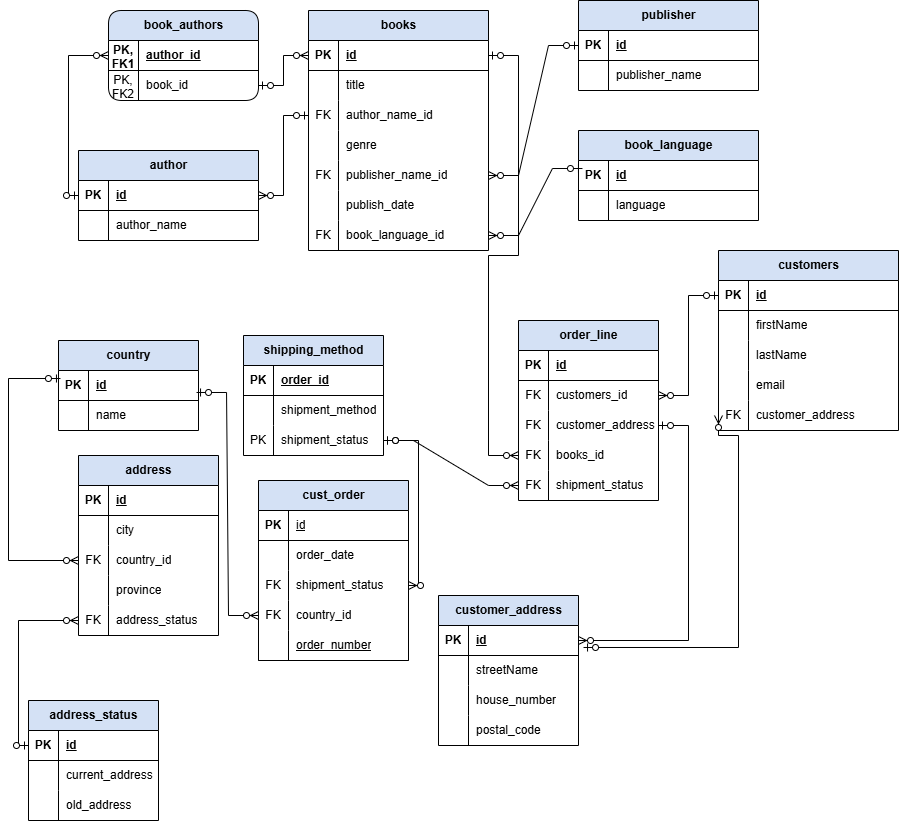
Above: Bookstore_Database.drawio.png in the7thsage376/Bookstore_Database (draw.io), before the change. Source tidied: cells renumbered, new cells last; positions are measured from the earlier drawing's top-left corner, leaving out a move shared by most shapes.
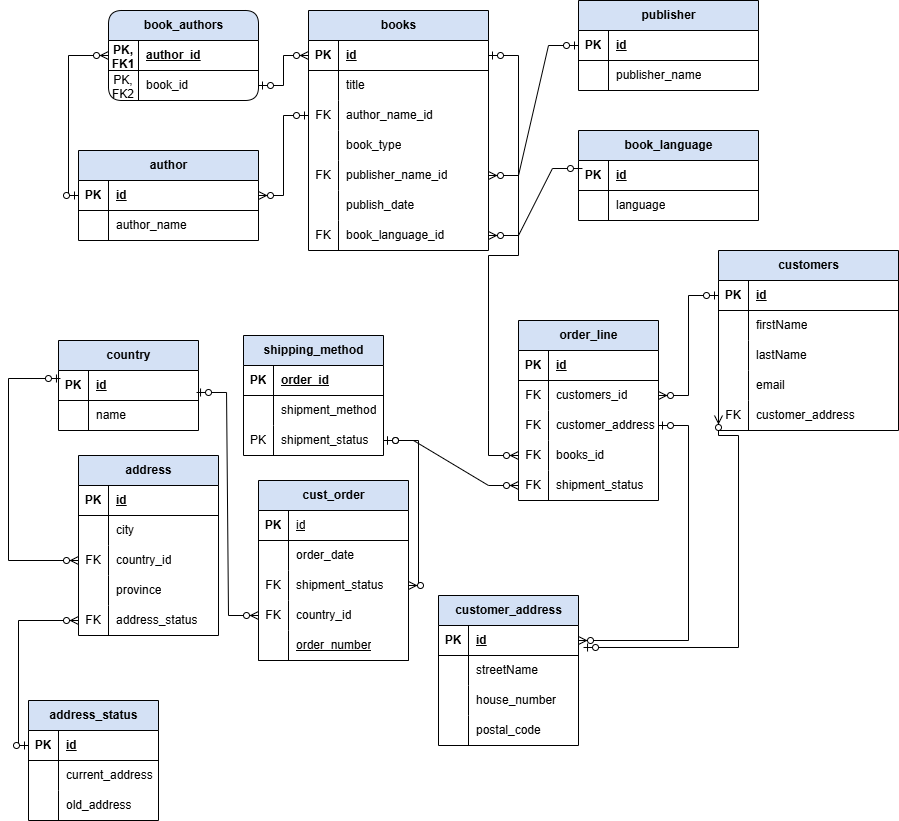
The same file after the commit.

Diff of the diagram source:
```diff
@@ -278,7 +278,7 @@
     <mxCell id="93" style="shape=partialRectangle;fillColor=none;top=0;left=0;bottom=0;right=0;overflow=hidden;whiteSpace=wrap;html=1;" parent="92" vertex="1">
       <mxGeometry width="30" height="30" as="geometry" />
     </mxCell>
-    <mxCell id="94" value="genre" style="shape=partialRectangle;fillColor=none;top=0;left=0;bottom=0;right=0;align=left;spacingLeft=6;overflow=hidden;whiteSpace=wrap;html=1;" parent="92" vertex="1">
+    <mxCell id="94" value="book_type" style="shape=partialRectangle;fillColor=none;top=0;left=0;bottom=0;right=0;align=left;spacingLeft=6;overflow=hidden;whiteSpace=wrap;html=1;" parent="92" vertex="1">
       <mxGeometry x="30" width="150" height="30" as="geometry" />
     </mxCell>
     <mxCell id="95" style="shape=tableRow;horizontal=0;startSize=0;swimlaneHead=0;swimlaneBody=0;fillColor=none;points=[[0,0.5],[1,0.5]];portConstraint=eastwest;top=0;left=0;right=0;bottom=0;" parent="82" vertex="1">
```
